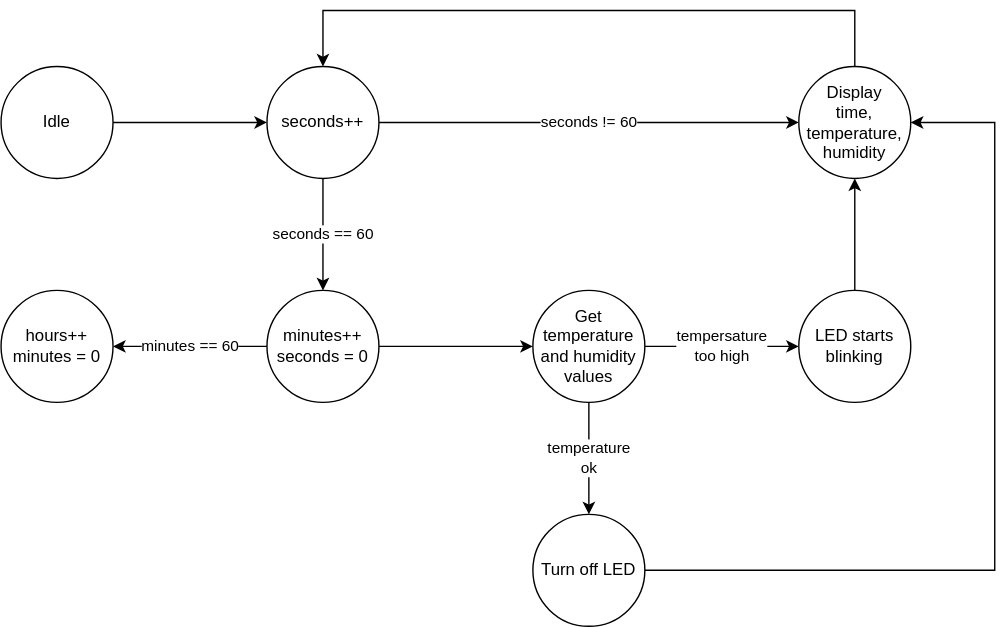
GeorgeNavratil/Digital-electronics-2 keeps this draw.io diagram as Labs/08-i2c/images/MeteoStation-StateDiagram.svg. Above is the earlier version. Source tidied: cells renumbered, new cells last; positions are measured from the earlier drawing's top-left corner, leaving out a move shared by most shapes.
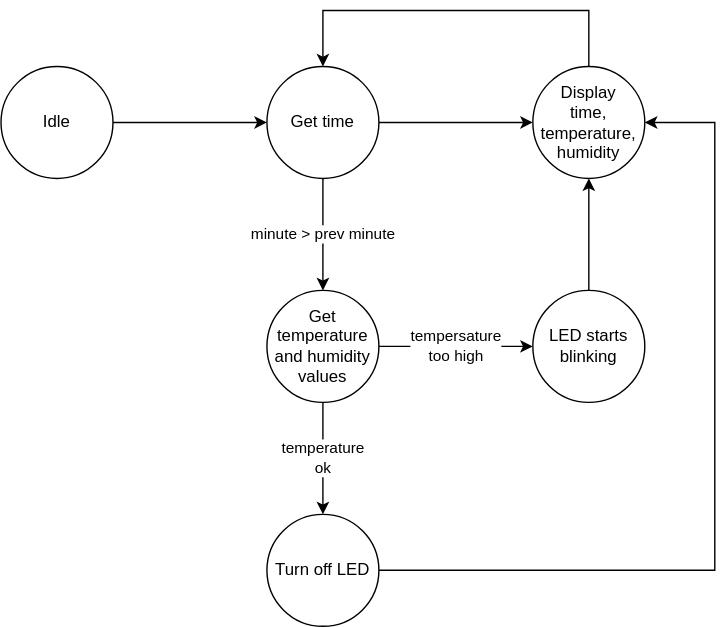
Later version of the same file.

Change to the diagram source:
```diff
@@ -6,29 +6,17 @@
       <mxGeometry relative="1" as="geometry" />
     </mxCell>
     <mxCell id="3" value="Idle" style="ellipse;whiteSpace=wrap;html=1;" parent="1" vertex="1">
-      <mxGeometry y="40" width="80" height="80" as="geometry" />
+      <mxGeometry x="190" y="40" width="80" height="80" as="geometry" />
     </mxCell>
-    <mxCell id="4" value="seconds == 60" style="edgeStyle=orthogonalEdgeStyle;rounded=0;jettySize=auto;html=1;" parent="1" edge="1" source="6" target="9">
-      <mxGeometry relative="1" as="geometry" />
-    </mxCell>
-    <mxCell id="5" value="seconds != 60" style="edgeStyle=orthogonalEdgeStyle;curved=1;rounded=0;jettySize=auto;html=1;entryX=0;entryY=0.5;entryDx=0;entryDy=0;startArrow=none;startFill=0;endArrow=classic;endFill=1;" parent="1" edge="1" source="6" target="19">
+    <mxCell id="5" style="edgeStyle=orthogonalEdgeStyle;curved=1;rounded=0;jettySize=auto;html=1;entryX=0;entryY=0.5;entryDx=0;entryDy=0;startArrow=none;startFill=0;endArrow=classic;endFill=1;" parent="1" edge="1" source="6" target="19">
       <mxGeometry relative="1" as="geometry" />
     </mxCell>
+    <mxCell id="20" value="minute &amp;gt; prev minute" style="edgeStyle=orthogonalEdgeStyle;rounded=0;jettySize=auto;html=1;" parent="1" edge="1" source="6" target="13">
+      <mxGeometry relative="1" as="geometry" />
+    </mxCell>
-    <mxCell id="6" value="seconds++" style="ellipse;whiteSpace=wrap;html=1;" parent="1" vertex="1">
-      <mxGeometry x="190" y="40" width="80" height="80" as="geometry" />
+    <mxCell id="6" value="Get time" style="ellipse;whiteSpace=wrap;html=1;" parent="1" vertex="1">
+      <mxGeometry x="380" y="40" width="80" height="80" as="geometry" />
     </mxCell>
-    <mxCell id="7" value="minutes == 60" style="edgeStyle=orthogonalEdgeStyle;rounded=0;jettySize=auto;html=1;" parent="1" edge="1" source="9" target="10">
-      <mxGeometry relative="1" as="geometry" />
-    </mxCell>
-    <mxCell id="8" style="edgeStyle=orthogonalEdgeStyle;rounded=0;jettySize=auto;html=1;" parent="1" edge="1" source="9" target="13">
-      <mxGeometry relative="1" as="geometry" />
-    </mxCell>
-    <mxCell id="9" value="minutes++&lt;br&gt;seconds = 0" style="ellipse;whiteSpace=wrap;html=1;" parent="1" vertex="1">
-      <mxGeometry x="190" y="200" width="80" height="80" as="geometry" />
-    </mxCell>
-    <mxCell id="10" value="hours++&lt;br&gt;minutes = 0" style="ellipse;whiteSpace=wrap;html=1;" parent="1" vertex="1">
-      <mxGeometry y="200" width="80" height="80" as="geometry" />
-    </mxCell>
     <mxCell id="11" value="tempersature&lt;br&gt;too high" style="edgeStyle=orthogonalEdgeStyle;rounded=0;jettySize=auto;html=1;" parent="1" edge="1" source="13" target="15">
       <mxGeometry relative="1" as="geometry" />
     </mxCell>
@@ -47,8 +35,8 @@
     <mxCell id="16" style="edgeStyle=orthogonalEdgeStyle;rounded=0;jettySize=auto;html=1;" parent="1" edge="1" source="17" target="19">
       <mxGeometry relative="1" as="geometry">
         <Array as="points">
-          <mxPoint x="710" y="400" />
-          <mxPoint x="710" y="80" />
+          <mxPoint x="700" y="400" />
+          <mxPoint x="700" y="80" />
         </Array>
       </mxGeometry>
     </mxCell>
@@ -59,7 +47,7 @@
       <mxGeometry relative="1" as="geometry">
         <Array as="points">
           <mxPoint x="610" />
-          <mxPoint x="230" />
+          <mxPoint x="420" />
         </Array>
       </mxGeometry>
     </mxCell>
```
